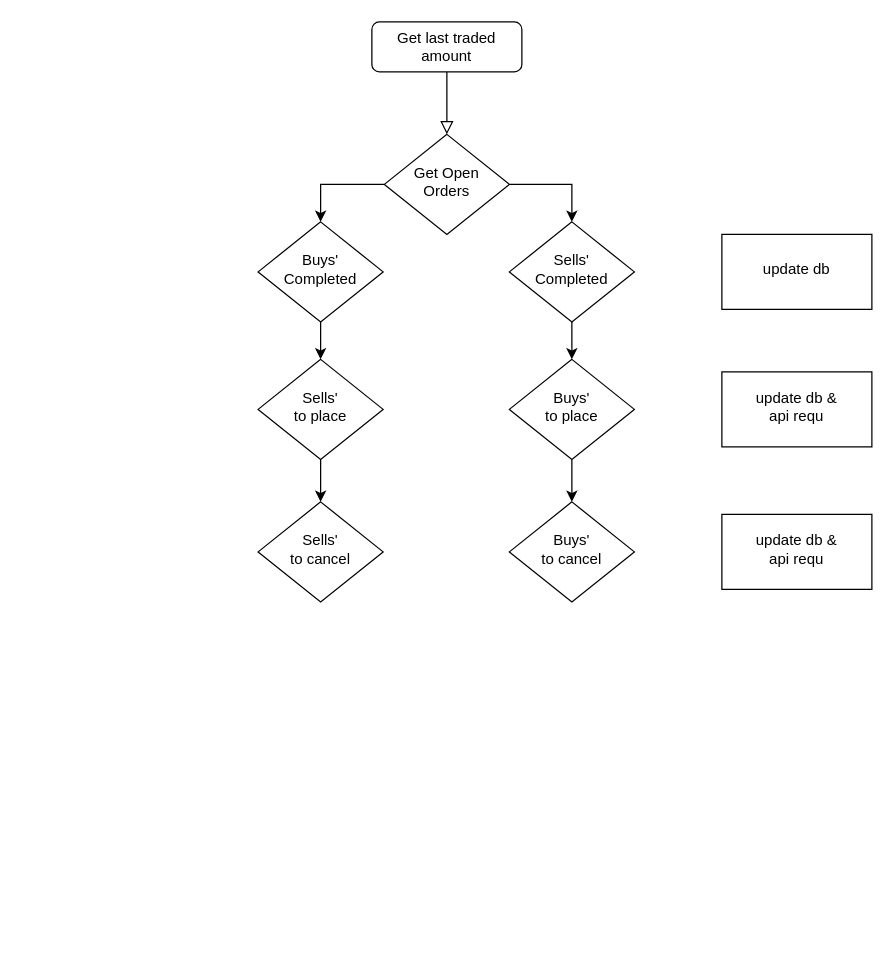
Callaghan-Hattingh/trading-bot-5 keeps this draw.io diagram as Trading bot process flow.drawio. Above is the earlier version. Source tidied: cells renumbered, new cells numbered last; positions are measured from the earlier drawing's top-left corner, leaving out a move shared by most shapes. Both pictures are drawn from the tidied source at 125%, with x=0, y=0 at pixel (258, 21).
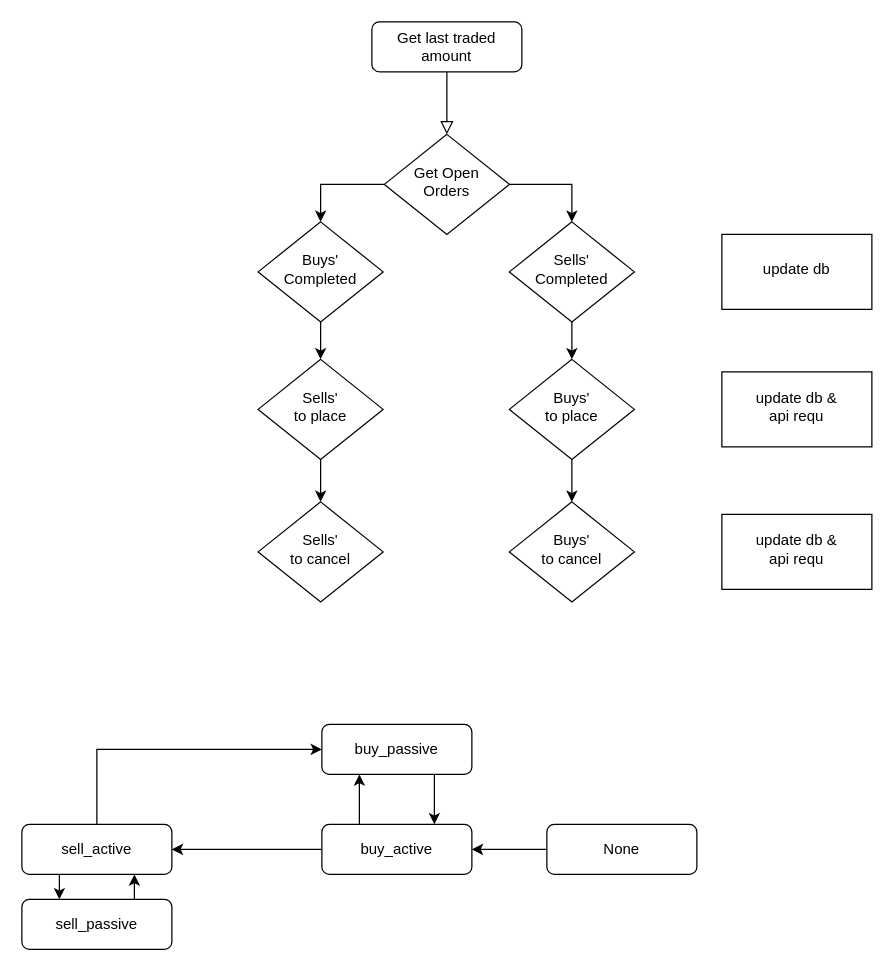
Above is the later version.

Change to the diagram source:
```diff
@@
+    <mxCell id="20" style="edgeStyle=none;rounded=0;jettySize=auto;html=1;" parent="1" edge="1" source="21" target="26">
+      <mxGeometry relative="1" as="geometry" />
+    </mxCell>
+    <mxCell id="21" value="None" style="rounded=1;whiteSpace=wrap;html=1;fontSize=12;glass=0;strokeWidth=1;shadow=0;" parent="1" vertex="1">
+      <mxGeometry x="231" y="642" width="120" height="40" as="geometry" />
+    </mxCell>
+    <mxCell id="22" style="rounded=0;jettySize=auto;html=1;exitX=0.75;exitY=1;exitDx=0;exitDy=0;entryX=0.75;entryY=0;entryDx=0;entryDy=0;" parent="1" edge="1" source="23" target="26">
+      <mxGeometry relative="1" as="geometry" />
+    </mxCell>
+    <mxCell id="23" value="buy_passive" style="rounded=1;whiteSpace=wrap;html=1;fontSize=12;glass=0;strokeWidth=1;shadow=0;" parent="1" vertex="1">
+      <mxGeometry x="51" y="562" width="120" height="40" as="geometry" />
+    </mxCell>
+    <mxCell id="24" style="edgeStyle=orthogonalEdgeStyle;rounded=0;jettySize=auto;html=1;exitX=0;exitY=0.5;exitDx=0;exitDy=0;" parent="1" edge="1" source="26" target="29">
+      <mxGeometry relative="1" as="geometry" />
+    </mxCell>
+    <mxCell id="25" style="edgeStyle=none;rounded=0;jettySize=auto;html=1;exitX=0.25;exitY=0;exitDx=0;exitDy=0;entryX=0.25;entryY=1;entryDx=0;entryDy=0;" parent="1" edge="1" source="26" target="23">
+      <mxGeometry relative="1" as="geometry" />
+    </mxCell>
+    <mxCell id="26" value="buy_active" style="rounded=1;whiteSpace=wrap;html=1;fontSize=12;glass=0;strokeWidth=1;shadow=0;" parent="1" vertex="1">
+      <mxGeometry x="51" y="642" width="120" height="40" as="geometry" />
+    </mxCell>
+    <mxCell id="27" style="edgeStyle=orthogonalEdgeStyle;rounded=0;jettySize=auto;html=1;exitX=0.25;exitY=1;exitDx=0;exitDy=0;entryX=0.25;entryY=0;entryDx=0;entryDy=0;" parent="1" edge="1" source="29" target="31">
+      <mxGeometry relative="1" as="geometry" />
+    </mxCell>
+    <mxCell id="28" style="edgeStyle=orthogonalEdgeStyle;rounded=0;jettySize=auto;html=1;exitX=0.5;exitY=0;exitDx=0;exitDy=0;entryX=0;entryY=0.5;entryDx=0;entryDy=0;" parent="1" edge="1" source="29" target="23">
+      <mxGeometry relative="1" as="geometry" />
+    </mxCell>
+    <mxCell id="29" value="sell_active" style="rounded=1;whiteSpace=wrap;html=1;fontSize=12;glass=0;strokeWidth=1;shadow=0;" parent="1" vertex="1">
+      <mxGeometry x="-189" y="642" width="120" height="40" as="geometry" />
+    </mxCell>
+    <mxCell id="30" style="edgeStyle=orthogonalEdgeStyle;rounded=0;jettySize=auto;html=1;exitX=0.75;exitY=0;exitDx=0;exitDy=0;entryX=0.75;entryY=1;entryDx=0;entryDy=0;" parent="1" edge="1" source="31" target="29">
+      <mxGeometry relative="1" as="geometry" />
+    </mxCell>
+    <mxCell id="31" value="sell_passive" style="rounded=1;whiteSpace=wrap;html=1;fontSize=12;glass=0;strokeWidth=1;shadow=0;" parent="1" vertex="1">
+      <mxGeometry x="-189" y="702" width="120" height="40" as="geometry" />
+    </mxCell>
```
